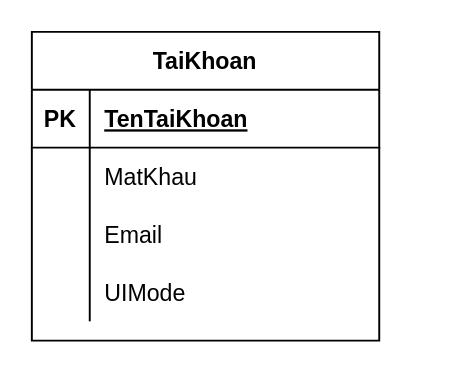
The draw.io diagram Chinh Chien Drawio/Sơ đồ Cơ sở dữ liệu/TaiKhoan.drawio in Chinh-Chien-Software/Chinh-Chien-Database-Diagram, before the edit. Source tidied: cells renumbered, new cells numbered last; positions are measured from the earlier drawing's top-left corner, leaving out a move shared by most shapes. Both pictures are drawn from the tidied source at 193%, with x=0, y=0 at pixel (31, 31).
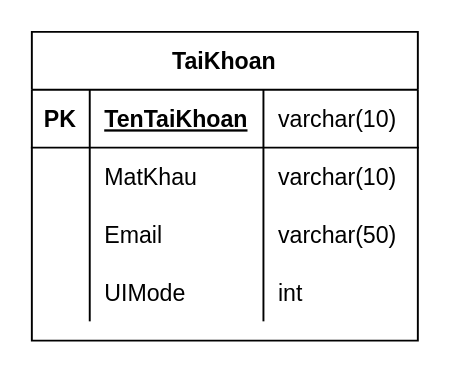
The same diagram, later.

Commit message (it also covers changes not shown here):
Tạo các drawio cho Sơ đồ CSDL

Change to the diagram source:
```diff
@@
 <mxGraphModel>
   <root>
     <mxCell id="0" />
     <mxCell id="1" parent="0" />
     <mxCell id="2" value="TaiKhoan" style="shape=table;startSize=30;childLayout=tableLayout;rowLines=0;fontStyle=1;align=center;" parent="1" vertex="1">
-      <mxGeometry width="180" height="160" as="geometry" />
+      <mxGeometry width="200" height="160" as="geometry" />
     </mxCell>
     <mxCell id="3" style="shape=tableRow;horizontal=0;startSize=0;swimlaneHead=0;swimlaneBody=0;fillColor=none;top=0;left=0;right=0;bottom=1;" parent="2" vertex="1">
-      <mxGeometry y="30" width="180" height="30" as="geometry" />
+      <mxGeometry y="30" width="200" height="30" as="geometry" />
     </mxCell>
     <mxCell id="4" value="PK" style="shape=partialRectangle;fillColor=none;top=0;left=0;bottom=0;right=0;fontStyle=1;overflow=hidden;" parent="3" vertex="1">
       <mxGeometry width="30" height="30" as="geometry" />
     </mxCell>
     <mxCell id="5" value="TenTaiKhoan" style="shape=partialRectangle;fillColor=none;top=0;left=0;bottom=0;right=0;align=left;spacingLeft=6;fontStyle=5;overflow=hidden;" parent="3" vertex="1">
-      <mxGeometry x="30" width="150" height="30" as="geometry" />
+      <mxGeometry x="30" width="90" height="30" as="geometry" />
     </mxCell>
+    <mxCell id="15" value="varchar(10)" style="shape=partialRectangle;fillColor=none;top=0;left=0;bottom=0;right=0;align=left;spacingLeft=6;fontStyle=0;overflow=hidden;" parent="3" vertex="1">
+      <mxGeometry x="120" width="80" height="30" as="geometry" />
+    </mxCell>
     <mxCell id="6" style="shape=tableRow;horizontal=0;startSize=0;swimlaneHead=0;swimlaneBody=0;fillColor=none;top=0;left=0;right=0;bottom=0;" parent="2" vertex="1">
-      <mxGeometry y="60" width="180" height="30" as="geometry" />
+      <mxGeometry y="60" width="200" height="30" as="geometry" />
     </mxCell>
     <mxCell id="7" style="shape=partialRectangle;fillColor=none;top=0;left=0;bottom=0;right=0;overflow=hidden;" parent="6" vertex="1">
       <mxGeometry width="30" height="30" as="geometry" />
     </mxCell>
     <mxCell id="8" value="MatKhau" style="shape=partialRectangle;fillColor=none;top=0;left=0;bottom=0;right=0;align=left;spacingLeft=6;overflow=hidden;" parent="6" vertex="1">
-      <mxGeometry x="30" width="150" height="30" as="geometry" />
+      <mxGeometry x="30" width="90" height="30" as="geometry" />
     </mxCell>
+    <mxCell id="16" value="varchar(10)" style="shape=partialRectangle;fillColor=none;top=0;left=0;bottom=0;right=0;align=left;spacingLeft=6;overflow=hidden;" parent="6" vertex="1">
+      <mxGeometry x="120" width="80" height="30" as="geometry" />
+    </mxCell>
     <mxCell id="9" style="shape=tableRow;horizontal=0;startSize=0;swimlaneHead=0;swimlaneBody=0;fillColor=none;top=0;left=0;right=0;bottom=0;" parent="2" vertex="1">
-      <mxGeometry y="90" width="180" height="30" as="geometry" />
+      <mxGeometry y="90" width="200" height="30" as="geometry" />
     </mxCell>
     <mxCell id="10" style="shape=partialRectangle;fillColor=none;top=0;left=0;bottom=0;right=0;overflow=hidden;" parent="9" vertex="1">
       <mxGeometry width="30" height="30" as="geometry" />
     </mxCell>
     <mxCell id="11" value="Email" style="shape=partialRectangle;fillColor=none;top=0;left=0;bottom=0;right=0;align=left;spacingLeft=6;overflow=hidden;" parent="9" vertex="1">
-      <mxGeometry x="30" width="150" height="30" as="geometry" />
+      <mxGeometry x="30" width="90" height="30" as="geometry" />
     </mxCell>
+    <mxCell id="17" value="varchar(50)" style="shape=partialRectangle;fillColor=none;top=0;left=0;bottom=0;right=0;align=left;spacingLeft=6;overflow=hidden;" parent="9" vertex="1">
+      <mxGeometry x="120" width="80" height="30" as="geometry" />
+    </mxCell>
     <mxCell id="12" style="shape=tableRow;horizontal=0;startSize=0;swimlaneHead=0;swimlaneBody=0;fillColor=none;top=0;left=0;right=0;bottom=0;" parent="2" vertex="1">
-      <mxGeometry y="120" width="180" height="30" as="geometry" />
+      <mxGeometry y="120" width="200" height="30" as="geometry" />
     </mxCell>
     <mxCell id="13" style="shape=partialRectangle;fillColor=none;top=0;left=0;bottom=0;right=0;overflow=hidden;" parent="12" vertex="1">
       <mxGeometry width="30" height="30" as="geometry" />
     </mxCell>
     <mxCell id="14" value="UIMode" style="shape=partialRectangle;fillColor=none;top=0;left=0;bottom=0;right=0;align=left;spacingLeft=6;overflow=hidden;" parent="12" vertex="1">
-      <mxGeometry x="30" width="150" height="30" as="geometry" />
+      <mxGeometry x="30" width="90" height="30" as="geometry" />
     </mxCell>
+    <mxCell id="18" value="int" style="shape=partialRectangle;fillColor=none;top=0;left=0;bottom=0;right=0;align=left;spacingLeft=6;overflow=hidden;" parent="12" vertex="1">
+      <mxGeometry x="120" width="80" height="30" as="geometry" />
+    </mxCell>
   </root>
 </mxGraphModel>
```
